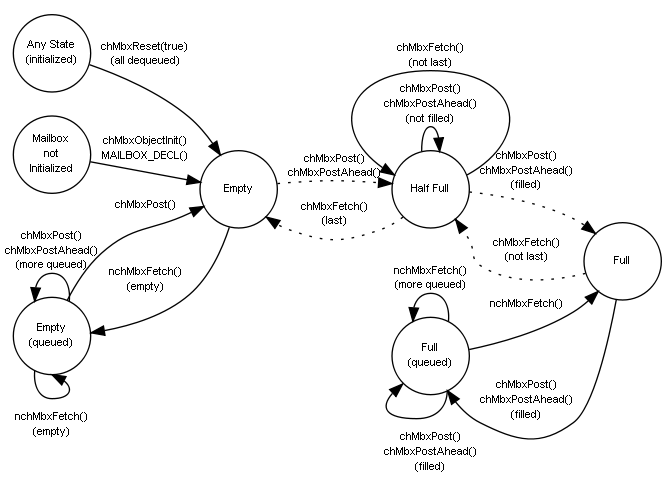
Before: book/mbx_states.png, a diagram exported from Graphviz (ArduPilot/ChibiOS.svn). Its source is kept beside it as book/mbx_states.dot.
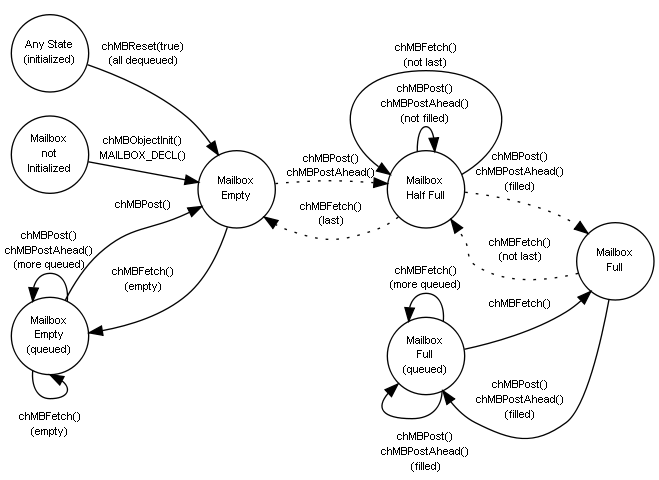
Above is the later version.

What changed in the source:
```diff
@@ -8,29 +8,29 @@
     any [label="Any State\n(initialized)"];
 
     init [label="Mailbox\nnot\nInitialized"];
-    qempty [label="Empty\n(queued)"];
-    empty [label="Empty"];
-    half [label="Half Full"];
-    full [label="Full"];
-    qfull [label="Full\n(queued)"];
+    qempty [label="Mailbox\nEmpty\n(queued)"];
+    empty [label="Mailbox\nEmpty"];
+    half [label="Mailbox\nHalf Full"];
+    full [label="Mailbox\nFull"];
+    qfull [label="Mailbox\nFull\n(queued)"];
 
-    full -> qfull [label="\nchMbxPost()\nchMbxPostAhead()\n(filled)" constraint=false];
-    qfull -> qfull:sw [label="\nchMbxPost()\nchMbxPostAhead()\n(filled)"];
-    qfull -> qfull [label="\nnchMbxFetch()\n(more queued)" dir=back];
-    qfull -> full [label="\nnchMbxFetch()"];
+    full -> qfull [label="\nchMBPost()\nchMBPostAhead()\n(filled)" constraint=false];
+    qfull -> qfull:sw [label="\nchMBPost()\nchMBPostAhead()\n(filled)"];
+    qfull -> qfull [label="\nchMBFetch()\n(more queued)" dir=back];
+    qfull -> full [label="\nchMBFetch()"];
 
-    empty -> qempty [label="\nnchMbxFetch()\n(empty)" constraint=false];
-    qempty -> qempty:s [label="\nnchMbxFetch()\n(empty)"];
-    qempty -> qempty [label="\nchMbxPost()\nchMbxPostAhead()\n(more queued)" dir=back];
-    qempty -> empty [label="\nchMbxPost()"];
+    empty -> qempty [label="\nchMBFetch()\n(empty)" constraint=false];
+    qempty -> qempty:s [label="\nchMBFetch()\n(empty)"];
+    qempty -> qempty [label="\nchMBPost()\nchMBPostAhead()\n(more queued)" dir=back];
+    qempty -> empty [label="\nchMBPost()"];
 
-    init -> empty [label="\nchMbxObjectInit()\nMAILBOX_DECL()" constraint=false];
-    empty -> half [label="\nchMbxPost()\nchMbxPostAhead()" style=dotted];
-    half -> empty [label="\nchMbxFetch()\n(last)" style=dotted];
-    half -> half [label="\nchMbxPost()\nchMbxPostAhead()\n(not filled)"];
-    half -> half [label="\nchMbxFetch()\n(not last)" dir=back];
-    half -> full [label="\nchMbxPost()\nchMbxPostAhead()\n(filled)" style=dotted];
-    full -> half [label="\nchMbxFetch()\n(not last)" style=dotted];
+    init -> empty [label="\nchMBObjectInit()\nMAILBOX_DECL()" constraint=false];
+    empty -> half [label="\nchMBPost()\nchMBPostAhead()" style=dotted];
+    half -> empty [label="\nchMBFetch()\n(last)" style=dotted];
+    half -> half [label="\nchMBPost()\nchMBPostAhead()\n(not filled)"];
+    half -> half [label="\nchMBFetch()\n(not last)" dir=back];
+    half -> full [label="\nchMBPost()\nchMBPostAhead()\n(filled)" style=dotted];
+    full -> half [label="\nchMBFetch()\n(not last)" style=dotted];
 
-    any -> empty [label="\nchMbxReset(true)\n(all dequeued)"];
+    any -> empty [label="\nchMBReset(true)\n(all dequeued)"];
   }
```
